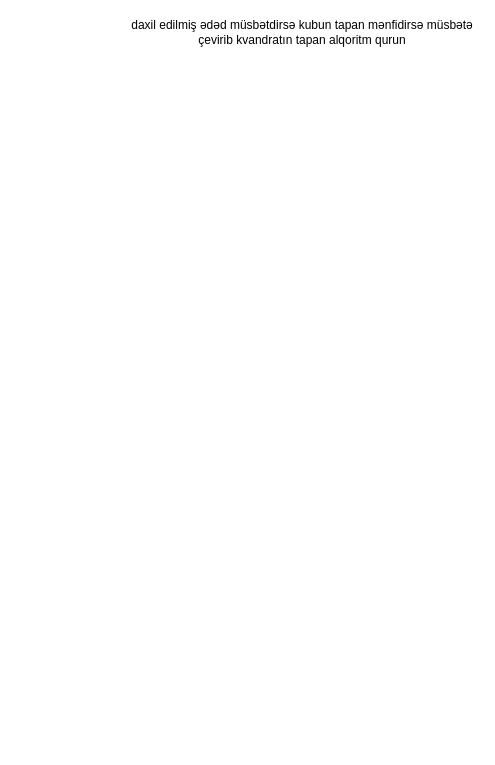
Above: daxil edilmiş ədəd müsbətdirsə kubun tapan mənfidirsə müsbətə çevirib kvandratın tapan alqoritm qurun.drawio in e-valiyev/Less-3-01-24-01 (draw.io), before the change. Source tidied: cells renumbered, new cells numbered last; positions are measured from the earlier drawing's top-left corner, leaving out a move shared by most shapes. Both pictures are drawn from the tidied source at 100%, with x=0, y=0 at pixel (127, 17).
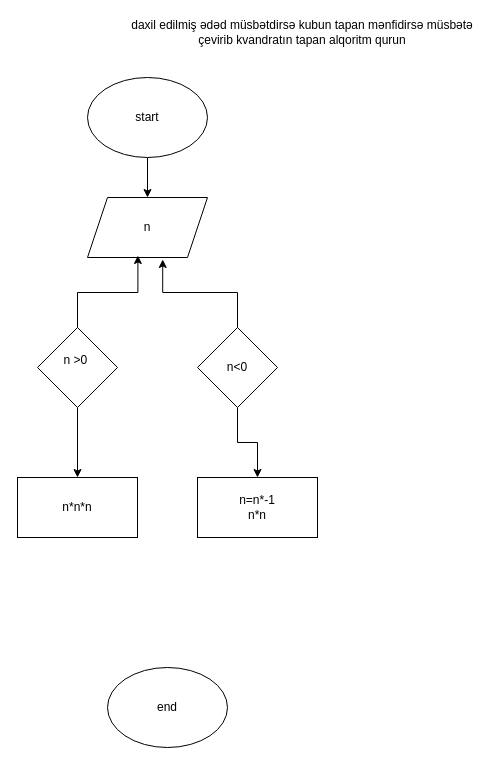
The same page after the edit.

The edit, as a diff of the source:
```diff
@@
 <mxGraphModel>
   <root>
     <mxCell id="0" />
     <mxCell id="1" parent="0" />
     <mxCell id="2" value="daxil edilmiş ədəd müsbətdirsə kubun tapan mənfidirsə müsbətə çevirib kvandratın tapan alqoritm qurun" style="text;html=1;align=center;verticalAlign=middle;whiteSpace=wrap;rounded=0;" parent="1" vertex="1">
       <mxGeometry width="350" height="30" as="geometry" />
     </mxCell>
+    <mxCell id="3" style="edgeStyle=orthogonalEdgeStyle;rounded=0;jettySize=auto;html=1;" parent="1" edge="1" source="4" target="5">
+      <mxGeometry relative="1" as="geometry" />
+    </mxCell>
+    <mxCell id="4" value="start" style="ellipse;whiteSpace=wrap;html=1;" parent="1" vertex="1">
+      <mxGeometry x="-40" y="60" width="120" height="80" as="geometry" />
+    </mxCell>
+    <mxCell id="5" value="n" style="shape=parallelogram;perimeter=parallelogramPerimeter;whiteSpace=wrap;html=1;fixedSize=1;" parent="1" vertex="1">
+      <mxGeometry x="-40" y="180" width="120" height="60" as="geometry" />
+    </mxCell>
+    <mxCell id="6" style="edgeStyle=orthogonalEdgeStyle;rounded=0;jettySize=auto;html=1;" parent="1" edge="1" source="7" target="11">
+      <mxGeometry relative="1" as="geometry" />
+    </mxCell>
+    <mxCell id="7" value="n &amp;gt;0&amp;nbsp;&lt;div&gt;&lt;br&gt;&lt;/div&gt;" style="rhombus;whiteSpace=wrap;html=1;" parent="1" vertex="1">
+      <mxGeometry x="-90" y="310" width="80" height="80" as="geometry" />
+    </mxCell>
+    <mxCell id="8" style="edgeStyle=orthogonalEdgeStyle;rounded=0;jettySize=auto;html=1;" parent="1" edge="1" source="9" target="12">
+      <mxGeometry relative="1" as="geometry" />
+    </mxCell>
+    <mxCell id="9" value="n&amp;lt;0" style="rhombus;whiteSpace=wrap;html=1;" parent="1" vertex="1">
+      <mxGeometry x="70" y="310" width="80" height="80" as="geometry" />
+    </mxCell>
+    <mxCell id="10" value="end" style="ellipse;whiteSpace=wrap;html=1;" parent="1" vertex="1">
+      <mxGeometry x="-20" y="650" width="120" height="80" as="geometry" />
+    </mxCell>
+    <mxCell id="11" value="n*n*n" style="rounded=0;whiteSpace=wrap;html=1;" parent="1" vertex="1">
+      <mxGeometry x="-110" y="460" width="120" height="60" as="geometry" />
+    </mxCell>
+    <mxCell id="12" value="n=n*-1&lt;div&gt;n*n&lt;/div&gt;" style="rounded=0;whiteSpace=wrap;html=1;" parent="1" vertex="1">
+      <mxGeometry x="70" y="460" width="120" height="60" as="geometry" />
+    </mxCell>
+    <mxCell id="13" style="edgeStyle=orthogonalEdgeStyle;rounded=0;jettySize=auto;html=1;exitX=0.5;exitY=0;exitDx=0;exitDy=0;entryX=0.42;entryY=0.967;entryDx=0;entryDy=0;entryPerimeter=0;" parent="1" edge="1" source="7" target="5">
+      <mxGeometry relative="1" as="geometry" />
+    </mxCell>
+    <mxCell id="14" style="edgeStyle=orthogonalEdgeStyle;rounded=0;jettySize=auto;html=1;exitX=0.5;exitY=0;exitDx=0;exitDy=0;entryX=0.627;entryY=1.033;entryDx=0;entryDy=0;entryPerimeter=0;" parent="1" edge="1" source="9" target="5">
+      <mxGeometry relative="1" as="geometry" />
+    </mxCell>
   </root>
 </mxGraphModel>
```
